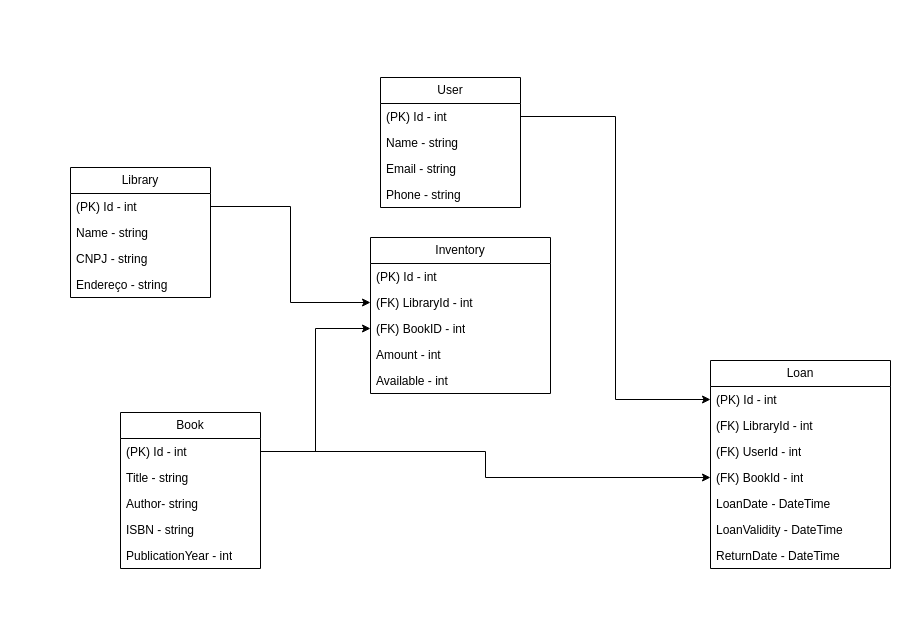
andrecini/desafio-gerenciador-de-biblioteca keeps this draw.io diagram as Documentation/ModelagemDeDados.drawio. Above is the earlier version. Source tidied: cells renumbered, new cells numbered last; positions are measured from the earlier drawing's top-left corner, leaving out a move shared by most shapes. Both pictures are drawn from the tidied source at 100%, with x=0, y=0 at pixel (70, 77).
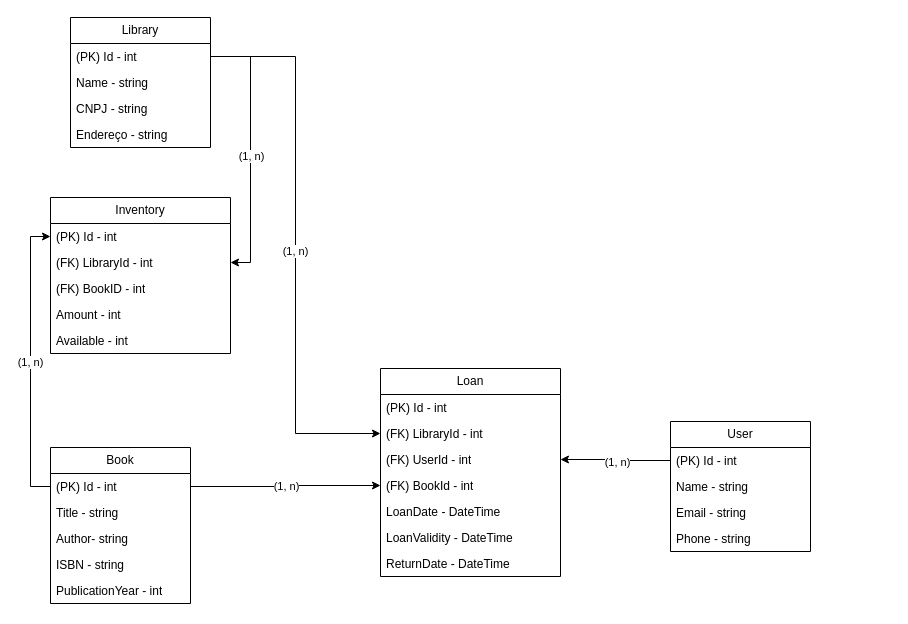
The same diagram, later.

Unchanged cells that the change refers to:
```xml
<mxCell id="3" value="(PK) Id - int" style="text;strokeColor=none;fillColor=none;align=left;verticalAlign=top;spacingLeft=4;spacingRight=4;overflow=hidden;points=[[0,0.5],[1,0.5]];portConstraint=eastwest;whiteSpace=wrap;html=1;" parent="2" vertex="1">
  <mxGeometry y="26" width="140" height="26" as="geometry" />
</mxCell>
<mxCell id="9" value="(PK) Id - int" style="text;strokeColor=none;fillColor=none;align=left;verticalAlign=top;spacingLeft=4;spacingRight=4;overflow=hidden;points=[[0,0.5],[1,0.5]];portConstraint=eastwest;whiteSpace=wrap;html=1;" parent="8" vertex="1">
  <mxGeometry y="26" width="140" height="26" as="geometry" />
</mxCell>
<mxCell id="14" value="(PK) Id - int" style="text;strokeColor=none;fillColor=none;align=left;verticalAlign=top;spacingLeft=4;spacingRight=4;overflow=hidden;points=[[0,0.5],[1,0.5]];portConstraint=eastwest;whiteSpace=wrap;html=1;" parent="13" vertex="1">
  <mxGeometry y="26" width="180" height="26" as="geometry" />
</mxCell>
<mxCell id="15" value="(FK) Library&lt;span style=&quot;background-color: initial;&quot;&gt;Id - int&lt;/span&gt;" style="text;strokeColor=none;fillColor=none;align=left;verticalAlign=top;spacingLeft=4;spacingRight=4;overflow=hidden;points=[[0,0.5],[1,0.5]];portConstraint=eastwest;whiteSpace=wrap;html=1;" parent="13" vertex="1">
  <mxGeometry y="52" width="180" height="26" as="geometry" />
</mxCell>
<mxCell id="16" value="(FK) UserId - int" style="text;strokeColor=none;fillColor=none;align=left;verticalAlign=top;spacingLeft=4;spacingRight=4;overflow=hidden;points=[[0,0.5],[1,0.5]];portConstraint=eastwest;whiteSpace=wrap;html=1;" parent="13" vertex="1">
  <mxGeometry y="78" width="180" height="26" as="geometry" />
</mxCell>
<mxCell id="22" value="(PK) Id - int" style="text;strokeColor=none;fillColor=none;align=left;verticalAlign=top;spacingLeft=4;spacingRight=4;overflow=hidden;points=[[0,0.5],[1,0.5]];portConstraint=eastwest;whiteSpace=wrap;html=1;" parent="21" vertex="1">
  <mxGeometry y="26" width="140" height="26" as="geometry" />
</mxCell>
<mxCell id="27" value="(PK) Id - int" style="text;strokeColor=none;fillColor=none;align=left;verticalAlign=top;spacingLeft=4;spacingRight=4;overflow=hidden;points=[[0,0.5],[1,0.5]];portConstraint=eastwest;whiteSpace=wrap;html=1;" parent="26" vertex="1">
  <mxGeometry y="26" width="180" height="26" as="geometry" />
</mxCell>
<mxCell id="28" value="(FK) LibraryId - int" style="text;strokeColor=none;fillColor=none;align=left;verticalAlign=top;spacingLeft=4;spacingRight=4;overflow=hidden;points=[[0,0.5],[1,0.5]];portConstraint=eastwest;whiteSpace=wrap;html=1;" parent="26" vertex="1">
  <mxGeometry y="52" width="180" height="26" as="geometry" />
</mxCell>
<mxCell id="29" value="(FK) BookID - int" style="text;strokeColor=none;fillColor=none;align=left;verticalAlign=top;spacingLeft=4;spacingRight=4;overflow=hidden;points=[[0,0.5],[1,0.5]];portConstraint=eastwest;whiteSpace=wrap;html=1;" parent="26" vertex="1">
  <mxGeometry y="78" width="180" height="26" as="geometry" />
</mxCell>
<mxCell id="34" style="edgeStyle=orthogonalEdgeStyle;rounded=0;jettySize=auto;html=1;exitX=1;exitY=0.5;exitDx=0;exitDy=0;entryX=0;entryY=0.5;entryDx=0;entryDy=0;" parent="1" edge="1" source="3" target="17">
  <mxGeometry relative="1" as="geometry" />
</mxCell>
```

The edit, as a diff of the source:
```diff
@@
     <mxCell id="2" value="Book" style="swimlane;fontStyle=0;horizontal=1;startSize=26;fillColor=none;whiteSpace=wrap;html=1;" parent="1" vertex="1">
-      <mxGeometry x="50" y="335" width="140" height="156" as="geometry" />
+      <mxGeometry x="-20" y="370" width="140" height="156" as="geometry" />
     </mxCell>
@@
     <mxCell id="8" value="User" style="swimlane;fontStyle=0;horizontal=1;startSize=26;fillColor=none;whiteSpace=wrap;html=1;" parent="1" vertex="1">
-      <mxGeometry x="310" width="140" height="130" as="geometry" />
+      <mxGeometry x="600" y="344" width="140" height="130" as="geometry" />
     </mxCell>
@@
     <mxCell id="13" value="Loan" style="swimlane;fontStyle=0;horizontal=1;startSize=26;fillColor=none;whiteSpace=wrap;html=1;" parent="1" vertex="1">
-      <mxGeometry x="640" y="283" width="180" height="208" as="geometry" />
+      <mxGeometry x="310" y="291" width="180" height="208" as="geometry" />
     </mxCell>
@@
     <mxCell id="21" value="Library" style="swimlane;fontStyle=0;horizontal=1;startSize=26;fillColor=none;whiteSpace=wrap;html=1;" parent="1" vertex="1">
-      <mxGeometry y="90" width="140" height="130" as="geometry" />
+      <mxGeometry y="-60" width="140" height="130" as="geometry" />
     </mxCell>
@@
     <mxCell id="26" value="Inventory" style="swimlane;fontStyle=0;horizontal=1;startSize=26;fillColor=none;whiteSpace=wrap;html=1;" parent="1" vertex="1">
-      <mxGeometry x="300" y="160" width="180" height="156" as="geometry" />
+      <mxGeometry x="-20" y="120" width="180" height="156" as="geometry" />
     </mxCell>
@@
-    <mxCell id="32" style="edgeStyle=orthogonalEdgeStyle;rounded=0;jettySize=auto;html=1;entryX=0;entryY=0.5;entryDx=0;entryDy=0;" parent="1" edge="1" source="22" target="28">
+    <mxCell id="32" style="edgeStyle=orthogonalEdgeStyle;rounded=0;jettySize=auto;html=1;entryX=1;entryY=0.5;entryDx=0;entryDy=0;exitX=1;exitY=0.5;exitDx=0;exitDy=0;" parent="1" edge="1" source="22" target="28">
       <mxGeometry relative="1" as="geometry" />
     </mxCell>
+    <mxCell id="36" value="(1, n)" style="edgeLabel;html=1;align=center;verticalAlign=middle;" parent="32" vertex="1">
+      <mxGeometry x="-0.7" y="2" relative="1" as="geometry">
+        <mxPoint x="-2" y="99" as="offset" />
+      </mxGeometry>
+    </mxCell>
-    <mxCell id="33" style="edgeStyle=orthogonalEdgeStyle;rounded=0;jettySize=auto;html=1;entryX=0;entryY=0.5;entryDx=0;entryDy=0;" parent="1" edge="1" source="3" target="29">
+    <mxCell id="33" style="edgeStyle=orthogonalEdgeStyle;rounded=0;jettySize=auto;html=1;entryX=0;entryY=0.5;entryDx=0;entryDy=0;exitX=0;exitY=0.5;exitDx=0;exitDy=0;" parent="1" edge="1" source="3" target="27">
       <mxGeometry relative="1" as="geometry" />
     </mxCell>
+    <mxCell id="37" value="(1, n)" style="edgeLabel;html=1;align=center;verticalAlign=middle;" parent="33" vertex="1">
+      <mxGeometry y="1" relative="1" as="geometry" />
+    </mxCell>
@@
+    <mxCell id="38" value="(1, n)" style="edgeLabel;html=1;align=center;verticalAlign=middle;" parent="34" vertex="1">
+      <mxGeometry relative="1" as="geometry" />
+    </mxCell>
-    <mxCell id="35" style="edgeStyle=orthogonalEdgeStyle;rounded=0;jettySize=auto;html=1;" parent="1" edge="1" source="9" target="14">
+    <mxCell id="35" style="edgeStyle=orthogonalEdgeStyle;rounded=0;jettySize=auto;html=1;entryX=1;entryY=0.5;entryDx=0;entryDy=0;" parent="1" edge="1" source="9" target="16">
       <mxGeometry relative="1" as="geometry" />
     </mxCell>
+    <mxCell id="39" value="(1, n)" style="edgeLabel;html=1;align=center;verticalAlign=middle;" parent="35" vertex="1">
+      <mxGeometry x="-0.03" y="1" relative="1" as="geometry" />
+    </mxCell>
+    <mxCell id="40" style="edgeStyle=orthogonalEdgeStyle;rounded=0;jettySize=auto;html=1;exitX=1;exitY=0.5;exitDx=0;exitDy=0;entryX=0;entryY=0.5;entryDx=0;entryDy=0;" parent="1" edge="1" source="22" target="15">
+      <mxGeometry relative="1" as="geometry" />
+    </mxCell>
+    <mxCell id="41" value="(1, n)" style="edgeLabel;html=1;align=center;verticalAlign=middle;" parent="40" vertex="1">
+      <mxGeometry x="0.02" y="-1" relative="1" as="geometry" />
+    </mxCell>
```
